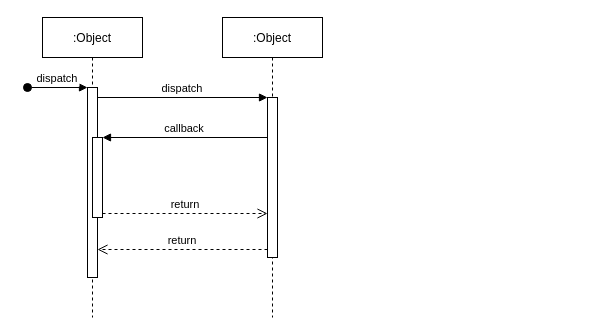
The draw.io diagram SequenceDiagram.drawio in pranavn35/ProjectDiagrams, before the edit. Source tidied: cells renumbered, new cells numbered last; positions are measured from the earlier drawing's top-left corner, leaving out a move shared by most shapes. Both pictures are drawn from the tidied source at 100%, with x=0, y=0 at pixel (27, 17).
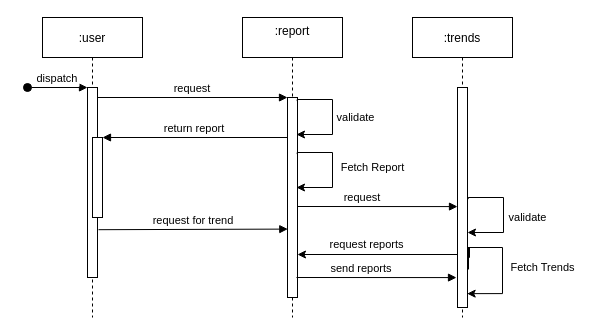
The same page after the edit.

Unchanged cells that the change refers to:
```xml
<mxCell id="3" style="points=[];perimeter=orthogonalPerimeter;rounded=0;shadow=0;strokeWidth=1;" parent="2" vertex="1">
  <mxGeometry x="45" y="70" width="10" height="190" as="geometry" />
</mxCell>
<mxCell id="5" style="points=[];perimeter=orthogonalPerimeter;rounded=0;shadow=0;strokeWidth=1;" parent="2" vertex="1">
  <mxGeometry x="50" y="120" width="10" height="80" as="geometry" />
</mxCell>
```

Change to the diagram source:
```diff
@@
-    <mxCell id="2" value=":Object" style="shape=umlLifeline;perimeter=lifelinePerimeter;rounded=0;shadow=0;strokeWidth=1;" parent="1" vertex="1">
+    <mxCell id="2" value=":user" style="shape=umlLifeline;perimeter=lifelinePerimeter;rounded=0;shadow=0;strokeWidth=1;" parent="1" vertex="1">
       <mxGeometry x="15" width="100" height="300" as="geometry" />
     </mxCell>
@@
-    <mxCell id="6" value=":Object" style="shape=umlLifeline;perimeter=lifelinePerimeter;rounded=0;shadow=0;strokeWidth=1;" parent="1" vertex="1">
-      <mxGeometry x="195" width="100" height="300" as="geometry" />
+    <mxCell id="6" value=":report&#10;" style="shape=umlLifeline;perimeter=lifelinePerimeter;rounded=0;shadow=0;strokeWidth=1;" parent="1" vertex="1">
+      <mxGeometry x="215" width="100" height="300" as="geometry" />
     </mxCell>
     <mxCell id="7" style="points=[];perimeter=orthogonalPerimeter;rounded=0;shadow=0;strokeWidth=1;" parent="6" vertex="1">
-      <mxGeometry x="45" y="80" width="10" height="160" as="geometry" />
+      <mxGeometry x="45" y="80" width="10" height="200" as="geometry" />
     </mxCell>
-    <mxCell id="8" value="return" style="verticalAlign=bottom;endArrow=open;dashed=1;endSize=8;exitX=0;exitY=0.95;shadow=0;strokeWidth=1;" parent="1" edge="1" source="7" target="3">
-      <mxGeometry relative="1" as="geometry" />
-    </mxCell>
+    <mxCell id="12" style="edgeStyle=orthogonalEdgeStyle;rounded=0;orthogonalLoop=1;jettySize=auto;html=1;exitX=0.967;exitY=0.168;exitDx=0;exitDy=0;exitPerimeter=0;" parent="6" edge="1">
+      <mxGeometry relative="1" as="geometry">
+        <mxPoint x="54.7" y="136.6" as="sourcePoint" />
+        <mxPoint x="54" y="170" as="targetPoint" />
+        <Array as="points">
+          <mxPoint x="55" y="135" />
+          <mxPoint x="90" y="135" />
+          <mxPoint x="90" y="170" />
+          <mxPoint x="54" y="170" />
+        </Array>
+      </mxGeometry>
+    </mxCell>
+    <mxCell id="13" style="endArrow=classic;html=1;rounded=0;" parent="6" edge="1">
+      <mxGeometry relative="1" as="geometry">
+        <mxPoint x="219.5" y="237" as="sourcePoint" />
+        <mxPoint x="55" y="237" as="targetPoint" />
+      </mxGeometry>
+    </mxCell>
+    <mxCell id="14" value="request reports" style="edgeLabel;html=1;align=center;verticalAlign=middle;" parent="13" vertex="1">
+      <mxGeometry x="0.2" y="-2" relative="1" as="geometry">
+        <mxPoint x="3" y="-9" as="offset" />
+      </mxGeometry>
+    </mxCell>
-    <mxCell id="9" value="dispatch" style="verticalAlign=bottom;endArrow=block;entryX=0;entryY=0;shadow=0;strokeWidth=1;" parent="1" edge="1" source="3" target="7">
+    <mxCell id="9" value="request" style="verticalAlign=bottom;endArrow=block;entryX=0;entryY=0;shadow=0;strokeWidth=1;" parent="1" edge="1" source="3" target="7">
       <mxGeometry relative="1" as="geometry" />
     </mxCell>
-    <mxCell id="10" value="callback" style="verticalAlign=bottom;endArrow=block;entryX=1;entryY=0;shadow=0;strokeWidth=1;" parent="1" edge="1" source="7" target="5">
+    <mxCell id="10" value="return report" style="verticalAlign=bottom;endArrow=block;entryX=1;entryY=0;shadow=0;strokeWidth=1;" parent="1" edge="1" source="7" target="5">
       <mxGeometry relative="1" as="geometry" />
     </mxCell>
-    <mxCell id="11" value="return" style="verticalAlign=bottom;endArrow=open;dashed=1;endSize=8;exitX=1;exitY=0.95;shadow=0;strokeWidth=1;" parent="1" edge="1" source="5" target="7">
-      <mxGeometry relative="1" as="geometry" />
-    </mxCell>
+    <mxCell id="15" value=":trends" style="shape=umlLifeline;perimeter=lifelinePerimeter;rounded=0;shadow=0;strokeWidth=1;" parent="1" vertex="1">
+      <mxGeometry x="385" width="100" height="300" as="geometry" />
+    </mxCell>
+    <mxCell id="16" style="points=[];perimeter=orthogonalPerimeter;rounded=0;shadow=0;strokeWidth=1;" parent="15" vertex="1">
+      <mxGeometry x="45" y="70" width="10" height="220" as="geometry" />
+    </mxCell>
+    <mxCell id="17" style="edgeStyle=orthogonalEdgeStyle;rounded=0;orthogonalLoop=1;jettySize=auto;html=1;entryX=0.967;entryY=0.937;entryDx=0;entryDy=0;entryPerimeter=0;exitX=1.1;exitY=0.827;exitDx=0;exitDy=0;exitPerimeter=0;" parent="15" edge="1" source="16" target="16">
+      <mxGeometry relative="1" as="geometry">
+        <Array as="points">
+          <mxPoint x="56" y="230" />
+          <mxPoint x="57" y="230" />
+          <mxPoint x="57" y="240" />
+          <mxPoint x="55" y="240" />
+          <mxPoint x="55" y="230" />
+          <mxPoint x="90" y="230" />
+          <mxPoint x="90" y="276" />
+        </Array>
+      </mxGeometry>
+    </mxCell>
+    <mxCell id="18" style="edgeStyle=orthogonalEdgeStyle;rounded=0;orthogonalLoop=1;jettySize=auto;html=1;exitX=0.967;exitY=0.168;exitDx=0;exitDy=0;exitPerimeter=0;" parent="15" edge="1">
+      <mxGeometry relative="1" as="geometry">
+        <mxPoint x="55.7" y="181.6" as="sourcePoint" />
+        <mxPoint x="55" y="215" as="targetPoint" />
+        <Array as="points">
+          <mxPoint x="56" y="180" />
+          <mxPoint x="91" y="180" />
+          <mxPoint x="91" y="215" />
+          <mxPoint x="55" y="215" />
+        </Array>
+      </mxGeometry>
+    </mxCell>
+    <mxCell id="19" value="&lt;font style=&quot;font-size: 11px&quot;&gt;Fetch Report&lt;/font&gt;" style="text;html=1;align=center;verticalAlign=middle;strokeColor=none;fillColor=none;" parent="1" vertex="1">
+      <mxGeometry x="305" y="140" width="80" height="20" as="geometry" />
+    </mxCell>
+    <mxCell id="20" value="request for trend" style="verticalAlign=bottom;endArrow=block;entryX=0.033;entryY=0.74;shadow=0;strokeWidth=1;entryDx=0;entryDy=0;entryPerimeter=0;exitX=1.1;exitY=0.796;exitDx=0;exitDy=0;exitPerimeter=0;" parent="1" edge="1">
+      <mxGeometry relative="1" as="geometry">
+        <mxPoint x="71" y="212.2" as="sourcePoint" />
+        <mxPoint x="260.3" y="211.6" as="targetPoint" />
+      </mxGeometry>
+    </mxCell>
+    <mxCell id="21" value="send reports" style="verticalAlign=bottom;endArrow=block;shadow=0;strokeWidth=1;exitX=0.9;exitY=0.9;exitDx=0;exitDy=0;exitPerimeter=0;" parent="1" edge="1" source="7">
+      <mxGeometry x="-0.19" relative="1" as="geometry">
+        <mxPoint x="429" y="260.1" as="targetPoint" />
+      </mxGeometry>
+    </mxCell>
+    <mxCell id="22" value="&lt;font style=&quot;font-size: 11px&quot;&gt;Fetch Trends&lt;/font&gt;" style="text;html=1;align=center;verticalAlign=middle;strokeColor=none;fillColor=none;" parent="1" vertex="1">
+      <mxGeometry x="475" y="240" width="80" height="20" as="geometry" />
+    </mxCell>
+    <mxCell id="23" style="edgeStyle=orthogonalEdgeStyle;rounded=0;orthogonalLoop=1;jettySize=auto;html=1;exitX=0.967;exitY=0.168;exitDx=0;exitDy=0;exitPerimeter=0;" parent="1" edge="1">
+      <mxGeometry relative="1" as="geometry">
+        <mxPoint x="269.7" y="83.6" as="sourcePoint" />
+        <mxPoint x="269" y="117" as="targetPoint" />
+        <Array as="points">
+          <mxPoint x="270" y="82" />
+          <mxPoint x="305" y="82" />
+          <mxPoint x="305" y="117" />
+          <mxPoint x="269" y="117" />
+        </Array>
+      </mxGeometry>
+    </mxCell>
+    <mxCell id="24" value="&lt;font style=&quot;font-size: 11px&quot;&gt;validate&lt;/font&gt;" style="text;html=1;align=center;verticalAlign=middle;strokeColor=none;fillColor=none;" parent="1" vertex="1">
+      <mxGeometry x="303" y="90" width="50" height="20" as="geometry" />
+    </mxCell>
+    <mxCell id="25" value="request" style="verticalAlign=bottom;endArrow=block;shadow=0;strokeWidth=1;exitX=0.9;exitY=0.9;exitDx=0;exitDy=0;exitPerimeter=0;" parent="1" edge="1">
+      <mxGeometry x="-0.19" relative="1" as="geometry">
+        <mxPoint x="270" y="189" as="sourcePoint" />
+        <mxPoint x="430" y="189.1" as="targetPoint" />
+      </mxGeometry>
+    </mxCell>
+    <mxCell id="26" value="&lt;font style=&quot;font-size: 11px&quot;&gt;validate&lt;/font&gt;" style="text;html=1;align=center;verticalAlign=middle;strokeColor=none;fillColor=none;" parent="1" vertex="1">
+      <mxGeometry x="475" y="190" width="50" height="20" as="geometry" />
+    </mxCell>
```
